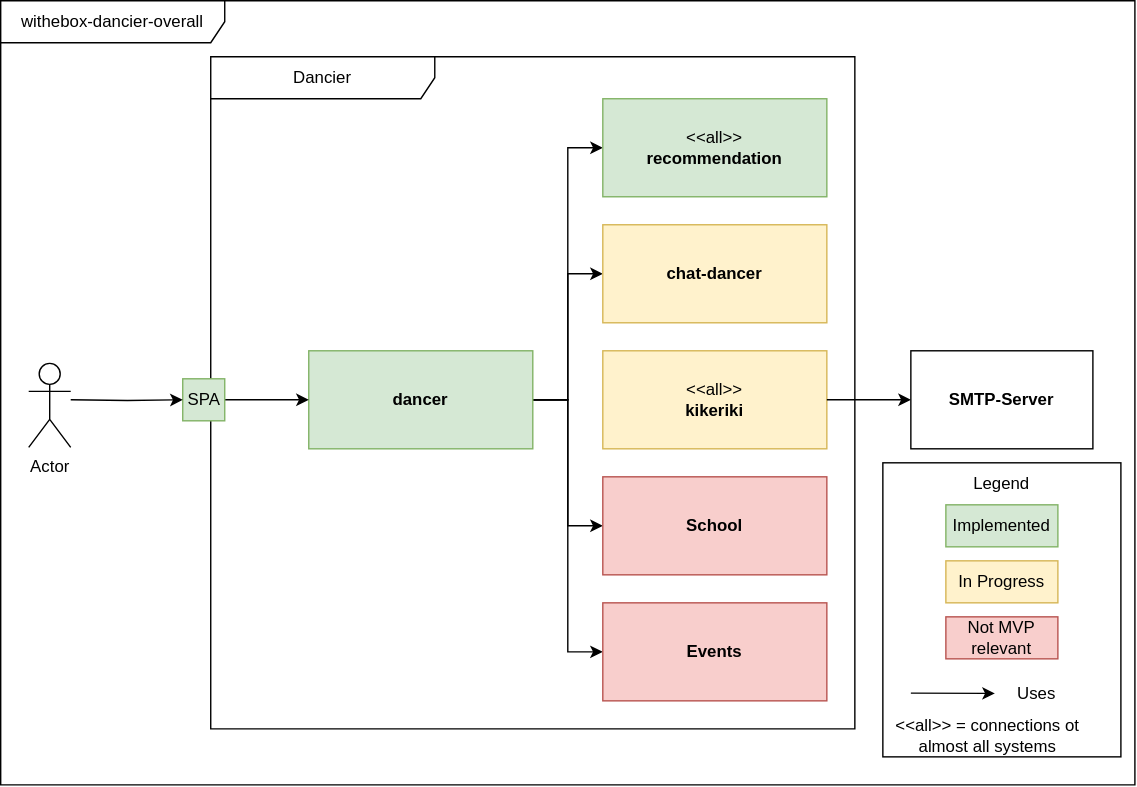
Above: src/main/jbake/content/documentation/arc42/images/whitebox-overall-system.drawio.svg in dancier/documentation (draw.io), before the change. Source tidied: cells renumbered, new cells last; positions are measured from the earlier drawing's top-left corner, leaving out a move shared by most shapes.
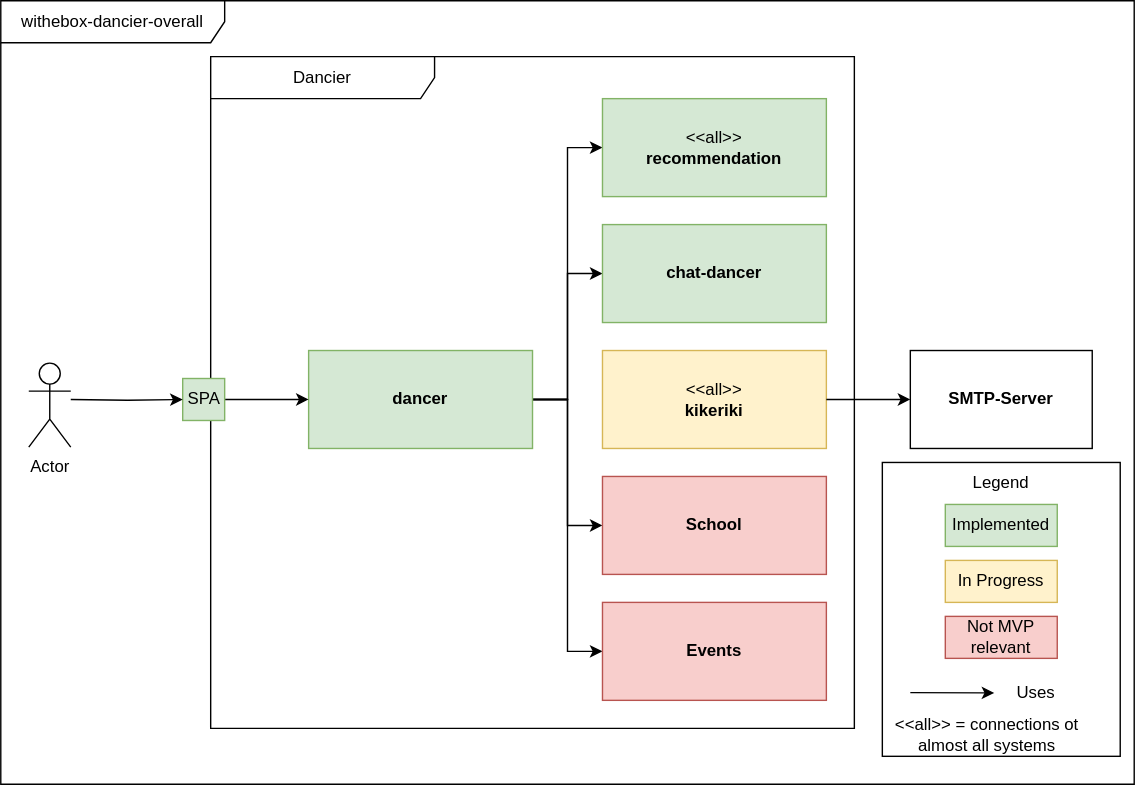
Above is the later version.

Commit message:
chat dancer finished

The edit, as a diff of the source:
```diff
@@ -41,7 +41,7 @@
     <mxCell id="14" value="&lt;b&gt;dancer&lt;/b&gt;" style="html=1;align=center;verticalAlign=middle;dashed=0;whiteSpace=wrap;fillColor=#d5e8d4;strokeColor=#82b366;" parent="9" vertex="1">
       <mxGeometry x="70" y="210" width="160" height="70" as="geometry" />
     </mxCell>
-    <mxCell id="15" value="&lt;b&gt;chat-dancer&lt;/b&gt;" style="html=1;align=center;verticalAlign=middle;dashed=0;whiteSpace=wrap;fillColor=#fff2cc;strokeColor=#d6b656;" parent="9" vertex="1">
+    <mxCell id="15" value="&lt;b&gt;chat-dancer&lt;/b&gt;" style="html=1;align=center;verticalAlign=middle;dashed=0;whiteSpace=wrap;fillColor=#d5e8d4;strokeColor=#82b366;" parent="9" vertex="1">
       <mxGeometry x="280" y="120" width="160" height="70" as="geometry" />
     </mxCell>
     <mxCell id="16" value="&amp;lt;&amp;lt;all&amp;gt;&amp;gt;&lt;br&gt;&lt;b&gt;recommendation&lt;/b&gt;" style="html=1;align=center;verticalAlign=middle;dashed=0;whiteSpace=wrap;fillColor=#d5e8d4;strokeColor=#82b366;" parent="9" vertex="1">
```
